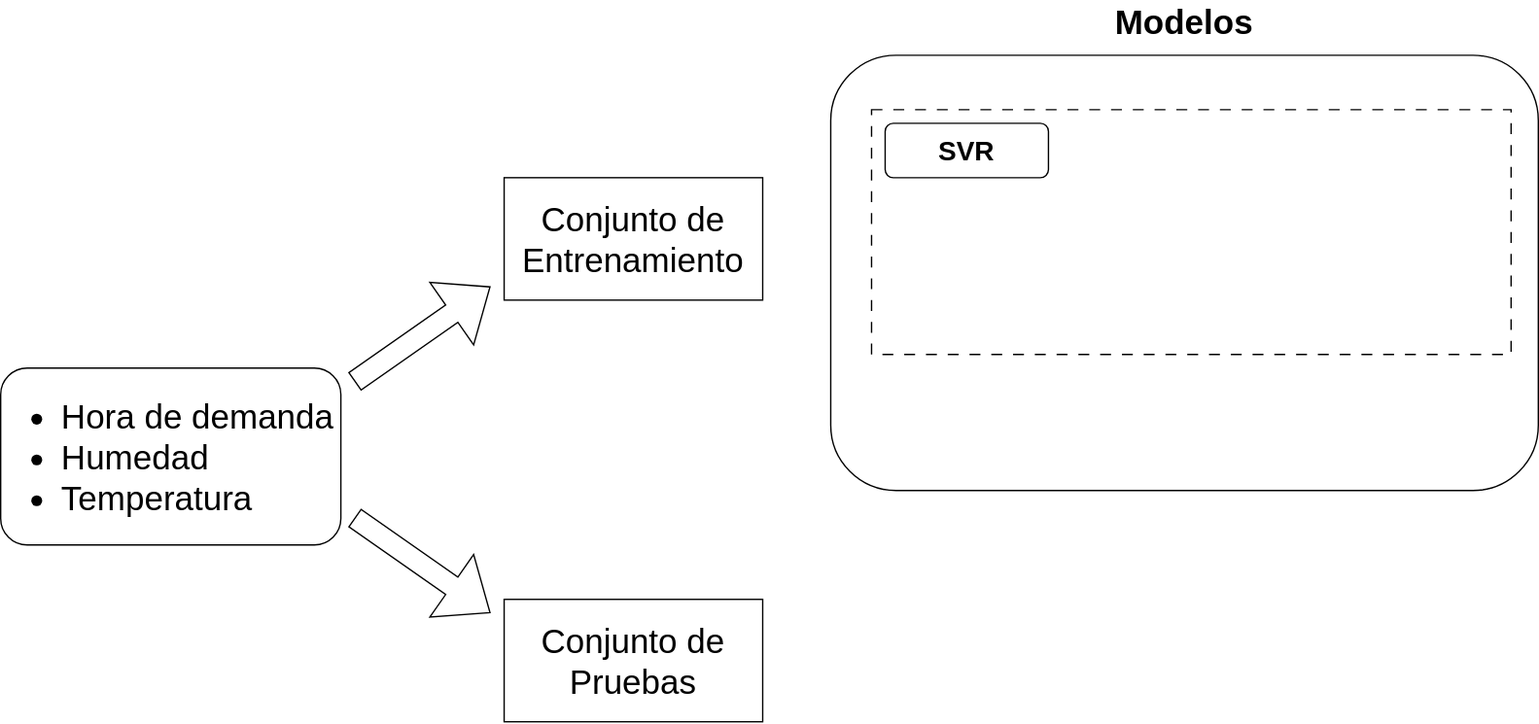
Earlier version of the draw.io export Diagrama_ML.svg (williamm6891/Actividad_1). Source tidied: cells renumbered, new cells last; positions are measured from the earlier drawing's top-left corner, leaving out a move shared by most shapes.
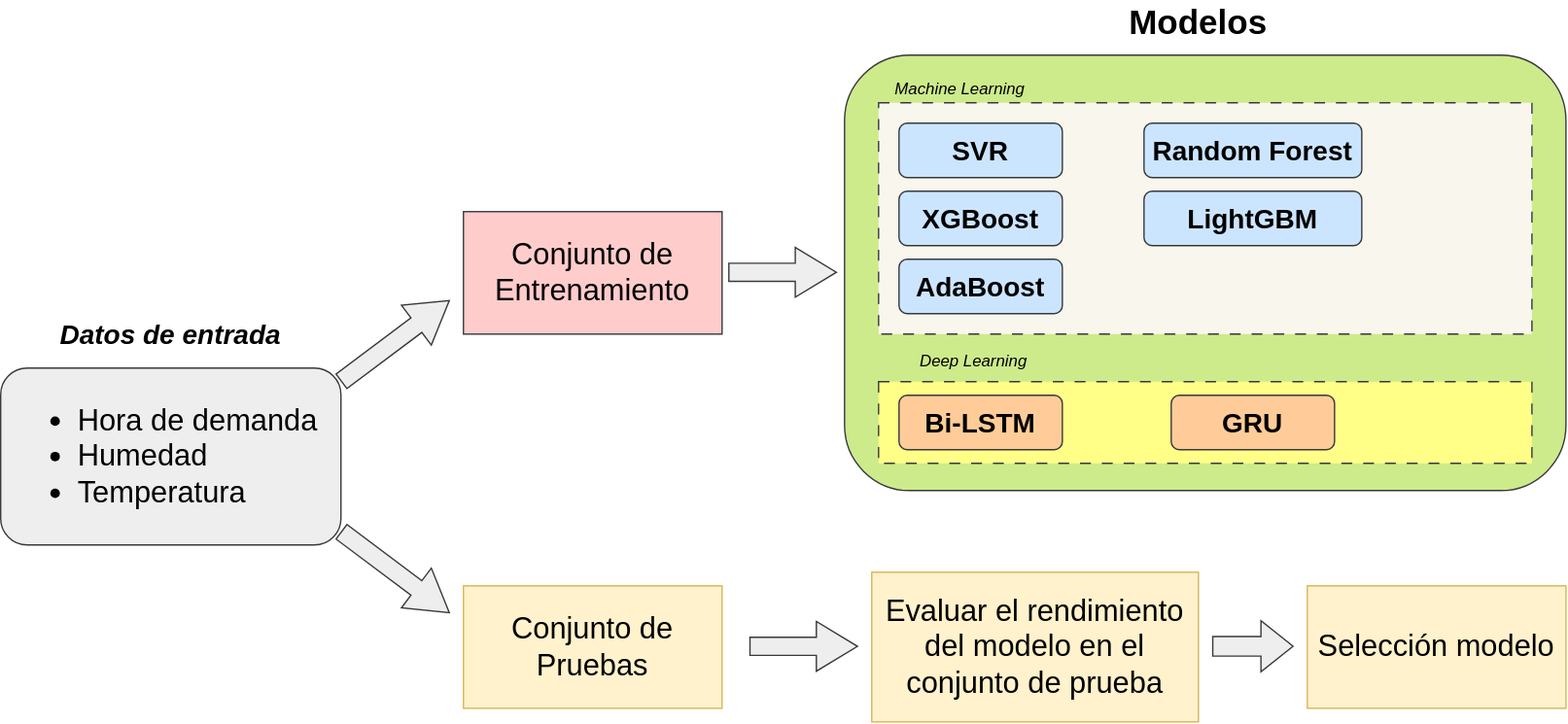
Later version of the same file.

What changed in the source:
```diff
@@ -2,41 +2,95 @@
   <root>
     <mxCell id="0" />
     <mxCell id="1" parent="0" />
-    <mxCell id="2" value="&lt;div style=&quot;text-align: justify; font-size: 25px;&quot;&gt;&lt;ul&gt;&lt;li&gt;&lt;span style=&quot;background-color: initial;&quot;&gt;Hora de demanda&lt;/span&gt;&lt;/li&gt;&lt;li&gt;&lt;span style=&quot;background-color: initial;&quot;&gt;Humedad&lt;/span&gt;&lt;/li&gt;&lt;li&gt;&lt;span style=&quot;background-color: initial;&quot;&gt;Temperatura&lt;/span&gt;&lt;/li&gt;&lt;/ul&gt;&lt;/div&gt;" style="rounded=1;whiteSpace=wrap;html=1;" parent="1" vertex="1">
-      <mxGeometry y="270" width="250" height="130" as="geometry" />
+    <mxCell id="2" value="&lt;div style=&quot;text-align: justify; font-size: 22px;&quot;&gt;&lt;ul&gt;&lt;li&gt;&lt;span style=&quot;background-color: initial;&quot;&gt;Hora de demanda&lt;/span&gt;&lt;/li&gt;&lt;li&gt;&lt;span style=&quot;background-color: initial;&quot;&gt;Humedad&lt;/span&gt;&lt;/li&gt;&lt;li&gt;&lt;span style=&quot;background-color: initial;&quot;&gt;Temperatura&lt;/span&gt;&lt;/li&gt;&lt;/ul&gt;&lt;/div&gt;" style="rounded=1;whiteSpace=wrap;html=1;fillColor=#eeeeee;strokeColor=#36393d;" parent="1" vertex="1">
+      <mxGeometry x="-10" y="270" width="250" height="130" as="geometry" />
     </mxCell>
-    <mxCell id="3" style="shape=flexArrow;endArrow=classic;html=1;rounded=0;endWidth=39.432892249527406;endSize=11.095652173913043;width=15.65217391304348;" parent="1" edge="1">
+    <mxCell id="3" style="shape=flexArrow;endArrow=classic;html=1;rounded=0;endWidth=22.22222222222222;endSize=9.741666666666667;width=13.333333333333334;fillColor=#eeeeee;strokeColor=#36393d;" parent="1" edge="1">
       <mxGeometry relative="1" as="geometry">
-        <mxPoint x="260" y="380" as="sourcePoint" />
-        <mxPoint x="360" y="450" as="targetPoint" />
+        <mxPoint x="240" y="390" as="sourcePoint" />
+        <mxPoint x="320" y="450" as="targetPoint" />
       </mxGeometry>
     </mxCell>
-    <mxCell id="4" value="&lt;font style=&quot;font-size: 25px;&quot;&gt;Conjunto de Entrenamiento&lt;/font&gt;" style="rounded=0;whiteSpace=wrap;html=1;" parent="1" vertex="1">
-      <mxGeometry x="370" y="130" width="190" height="90" as="geometry" />
+    <mxCell id="4" value="&lt;font style=&quot;font-size: 22px;&quot;&gt;Conjunto de Entrenamiento&lt;/font&gt;" style="rounded=0;whiteSpace=wrap;html=1;fillColor=#ffcccc;strokeColor=#36393d;" parent="1" vertex="1">
+      <mxGeometry x="330" y="155" width="190" height="90" as="geometry" />
     </mxCell>
-    <mxCell id="5" value="&lt;font style=&quot;font-size: 25px;&quot;&gt;Conjunto de Pruebas&lt;/font&gt;" style="rounded=0;whiteSpace=wrap;html=1;" parent="1" vertex="1">
-      <mxGeometry x="370" y="440" width="190" height="90" as="geometry" />
+    <mxCell id="5" value="&lt;font style=&quot;font-size: 22px;&quot;&gt;Conjunto de Pruebas&lt;/font&gt;" style="rounded=0;whiteSpace=wrap;html=1;fillColor=#fff2cc;strokeColor=#d6b656;" parent="1" vertex="1">
+      <mxGeometry x="330" y="430" width="190" height="90" as="geometry" />
     </mxCell>
     <mxCell id="6" style="edgeStyle=orthogonalEdgeStyle;rounded=0;orthogonalLoop=1;jettySize=auto;html=1;exitX=0.5;exitY=1;exitDx=0;exitDy=0;" parent="1" edge="1" source="4" target="4">
       <mxGeometry relative="1" as="geometry" />
     </mxCell>
-    <mxCell id="7" style="shape=flexArrow;endArrow=classic;html=1;rounded=0;endWidth=39.432892249527406;endSize=11.095652173913043;width=15.65217391304348;" parent="1" edge="1">
-      <mxGeometry relative="1" as="geometry">
-        <mxPoint x="260" y="280" as="sourcePoint" />
-        <mxPoint x="360" y="210" as="targetPoint" />
-      </mxGeometry>
-    </mxCell>
-    <mxCell id="8" style="rounded=1;whiteSpace=wrap;html=1;" parent="1" vertex="1">
-      <mxGeometry x="610" y="40" width="520" height="320" as="geometry" />
+    <mxCell id="8" style="rounded=1;whiteSpace=wrap;html=1;fillColor=#cdeb8b;strokeColor=#36393d;" parent="1" vertex="1">
+      <mxGeometry x="610" y="40" width="530" height="320" as="geometry" />
     </mxCell>
     <mxCell id="9" value="&lt;font style=&quot;font-size: 25px;&quot;&gt;&lt;b&gt;Modelos&lt;/b&gt;&lt;/font&gt;" style="text;html=1;strokeColor=none;fillColor=none;align=center;verticalAlign=middle;whiteSpace=wrap;rounded=0;" parent="1" vertex="1">
       <mxGeometry x="840" width="60" height="30" as="geometry" />
     </mxCell>
-    <mxCell id="10" style="rounded=0;whiteSpace=wrap;html=1;dashed=1;dashPattern=8 8;" parent="1" vertex="1">
-      <mxGeometry x="640" y="80" width="470" height="180" as="geometry" />
+    <mxCell id="10" style="rounded=0;whiteSpace=wrap;html=1;dashed=1;dashPattern=8 8;fillColor=#f9f7ed;strokeColor=#36393d;" parent="1" vertex="1">
+      <mxGeometry x="635" y="75" width="480" height="170" as="geometry" />
     </mxCell>
-    <mxCell id="11" value="&lt;font size=&quot;1&quot; style=&quot;&quot;&gt;&lt;b style=&quot;font-size: 20px;&quot;&gt;SVR&lt;/b&gt;&lt;/font&gt;" style="rounded=1;whiteSpace=wrap;html=1;" parent="1" vertex="1">
+    <mxCell id="11" value="&lt;font size=&quot;1&quot; style=&quot;&quot;&gt;&lt;b style=&quot;font-size: 20px;&quot;&gt;SVR&lt;/b&gt;&lt;/font&gt;" style="rounded=1;whiteSpace=wrap;html=1;fillColor=#cce5ff;strokeColor=#36393d;" parent="1" vertex="1">
       <mxGeometry x="650" y="90" width="120" height="40" as="geometry" />
     </mxCell>
+    <mxCell id="12" style="shape=flexArrow;endArrow=classic;html=1;rounded=0;endWidth=22.22222222222222;endSize=9.741666666666667;width=13.333333333333334;fillColor=#eeeeee;strokeColor=#36393d;" parent="1" edge="1">
+      <mxGeometry relative="1" as="geometry">
+        <mxPoint x="240" y="280" as="sourcePoint" />
+        <mxPoint x="320" y="220" as="targetPoint" />
+      </mxGeometry>
+    </mxCell>
+    <mxCell id="13" style="shape=flexArrow;endArrow=classic;html=1;rounded=0;endWidth=22.22222222222222;endSize=9.741666666666667;width=13.333333333333334;fillColor=#eeeeee;strokeColor=#36393d;" parent="1" edge="1">
+      <mxGeometry relative="1" as="geometry">
+        <mxPoint x="524.5" y="199.6" as="sourcePoint" />
+        <mxPoint x="604.5" y="199.6" as="targetPoint" />
+      </mxGeometry>
+    </mxCell>
+    <mxCell id="14" value="&lt;font style=&quot;font-size: 22px;&quot;&gt;Evaluar el rendimiento del modelo en el conjunto de prueba&lt;/font&gt;" style="rounded=0;whiteSpace=wrap;html=1;fillColor=#fff2cc;strokeColor=#d6b656;" parent="1" vertex="1">
+      <mxGeometry x="630" y="420" width="240" height="110" as="geometry" />
+    </mxCell>
+    <mxCell id="15" value="&lt;font style=&quot;font-size: 22px;&quot;&gt;Selección modelo&lt;/font&gt;" style="rounded=0;whiteSpace=wrap;html=1;fillColor=#fff2cc;strokeColor=#d6b656;" parent="1" vertex="1">
+      <mxGeometry x="950" y="430" width="190" height="90" as="geometry" />
+    </mxCell>
+    <mxCell id="16" value="&lt;i&gt;Machine Learning&lt;/i&gt;" style="text;html=1;strokeColor=none;fillColor=none;align=center;verticalAlign=middle;whiteSpace=wrap;rounded=0;" parent="1" vertex="1">
+      <mxGeometry x="640" y="50" width="110" height="30" as="geometry" />
+    </mxCell>
+    <mxCell id="17" style="shape=flexArrow;endArrow=classic;html=1;rounded=0;endWidth=22.22222222222222;endSize=9.741666666666667;width=13.333333333333334;fillColor=#eeeeee;strokeColor=#36393d;" parent="1" edge="1">
+      <mxGeometry relative="1" as="geometry">
+        <mxPoint x="540" y="474.4" as="sourcePoint" />
+        <mxPoint x="620" y="474.4" as="targetPoint" />
+      </mxGeometry>
+    </mxCell>
+    <mxCell id="18" style="shape=flexArrow;endArrow=classic;html=1;rounded=0;endWidth=22.22222222222222;endSize=7.522222222222221;width=14.444444444444445;fillColor=#eeeeee;strokeColor=#36393d;" parent="1" edge="1">
+      <mxGeometry relative="1" as="geometry">
+        <mxPoint x="880" y="474.4" as="sourcePoint" />
+        <mxPoint x="940" y="474.4" as="targetPoint" />
+      </mxGeometry>
+    </mxCell>
+    <mxCell id="19" value="&lt;i&gt;Deep Learning&lt;/i&gt;" style="text;html=1;strokeColor=none;fillColor=none;align=center;verticalAlign=middle;whiteSpace=wrap;rounded=0;" parent="1" vertex="1">
+      <mxGeometry x="650" y="250" width="110" height="30" as="geometry" />
+    </mxCell>
+    <mxCell id="20" value="&lt;font size=&quot;1&quot; style=&quot;&quot;&gt;&lt;b style=&quot;font-size: 20px;&quot;&gt;XGBoost&lt;/b&gt;&lt;/font&gt;" style="rounded=1;whiteSpace=wrap;html=1;fillColor=#cce5ff;strokeColor=#36393d;" parent="1" vertex="1">
+      <mxGeometry x="650" y="140" width="120" height="40" as="geometry" />
+    </mxCell>
+    <mxCell id="21" value="&lt;font size=&quot;1&quot; style=&quot;&quot;&gt;&lt;b style=&quot;font-size: 20px;&quot;&gt;AdaBoost&lt;/b&gt;&lt;/font&gt;" style="rounded=1;whiteSpace=wrap;html=1;fillColor=#cce5ff;strokeColor=#36393d;" parent="1" vertex="1">
+      <mxGeometry x="650" y="190" width="120" height="40" as="geometry" />
+    </mxCell>
+    <mxCell id="22" value="&lt;font size=&quot;1&quot; style=&quot;&quot;&gt;&lt;b style=&quot;font-size: 20px;&quot;&gt;Random Forest&lt;/b&gt;&lt;/font&gt;" style="rounded=1;whiteSpace=wrap;html=1;fillColor=#cce5ff;strokeColor=#36393d;" parent="1" vertex="1">
+      <mxGeometry x="830" y="90" width="160" height="40" as="geometry" />
+    </mxCell>
+    <mxCell id="23" value="&lt;font size=&quot;1&quot; style=&quot;&quot;&gt;&lt;b style=&quot;font-size: 20px;&quot;&gt;LightGBM&lt;/b&gt;&lt;/font&gt;" style="rounded=1;whiteSpace=wrap;html=1;fillColor=#cce5ff;strokeColor=#36393d;" parent="1" vertex="1">
+      <mxGeometry x="830" y="140" width="160" height="40" as="geometry" />
+    </mxCell>
+    <mxCell id="24" style="rounded=0;whiteSpace=wrap;html=1;dashed=1;dashPattern=8 8;fillColor=#ffff88;strokeColor=#36393d;" parent="1" vertex="1">
+      <mxGeometry x="635" y="280" width="480" height="60" as="geometry" />
+    </mxCell>
+    <mxCell id="25" value="&lt;font size=&quot;1&quot; style=&quot;&quot;&gt;&lt;b style=&quot;font-size: 20px;&quot;&gt;Bi-LSTM&lt;/b&gt;&lt;/font&gt;" style="rounded=1;whiteSpace=wrap;html=1;fillColor=#ffcc99;strokeColor=#36393d;" parent="1" vertex="1">
+      <mxGeometry x="650" y="290" width="120" height="40" as="geometry" />
+    </mxCell>
+    <mxCell id="26" value="&lt;font size=&quot;1&quot; style=&quot;&quot;&gt;&lt;b style=&quot;font-size: 20px;&quot;&gt;GRU&lt;/b&gt;&lt;/font&gt;" style="rounded=1;whiteSpace=wrap;html=1;fillColor=#ffcc99;strokeColor=#36393d;" parent="1" vertex="1">
+      <mxGeometry x="850" y="290" width="120" height="40" as="geometry" />
+    </mxCell>
+    <mxCell id="27" value="&lt;font size=&quot;1&quot; style=&quot;&quot;&gt;&lt;b style=&quot;&quot;&gt;&lt;i style=&quot;font-size: 20px;&quot;&gt;Datos de entrada&lt;/i&gt;&lt;/b&gt;&lt;/font&gt;" style="text;html=1;strokeColor=none;fillColor=none;align=center;verticalAlign=middle;whiteSpace=wrap;rounded=0;" parent="1" vertex="1">
+      <mxGeometry x="30" y="230" width="170" height="30" as="geometry" />
+    </mxCell>
   </root>
 </mxGraphModel>
```
